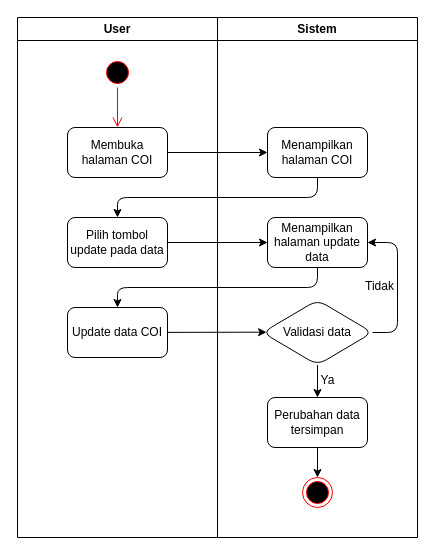
Before: DOKUMENTASI IDMS/COI/updateCOI.drawio in rismanrhz/idms, a draw.io diagram. Source tidied: cells renumbered, new cells numbered last; positions are measured from the earlier drawing's top-left corner, leaving out a move shared by most shapes. Both pictures are drawn from the tidied source at 100%, with x=0, y=0 at pixel (17, 17).
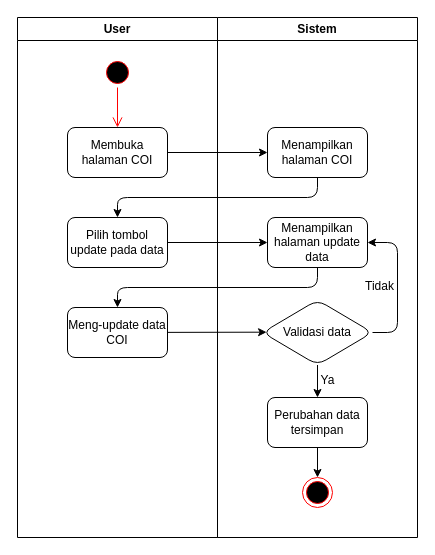
The same page after the edit.

Unchanged cells that the change refers to:
```xml
<mxCell id="2" value="User" style="swimlane;whiteSpace=wrap;html=1;" parent="1" vertex="1">
  <mxGeometry width="200" height="520" as="geometry" />
</mxCell>
```

Diff of the diagram source:
```diff
@@
-    <mxCell id="7" value="Update data COI" style="rounded=1;whiteSpace=wrap;html=1;" parent="2" vertex="1">
+    <mxCell id="7" value="Meng-update data COI" style="rounded=1;whiteSpace=wrap;html=1;" parent="2" vertex="1">
       <mxGeometry x="50" y="290" width="100" height="50" as="geometry" />
     </mxCell>
```
